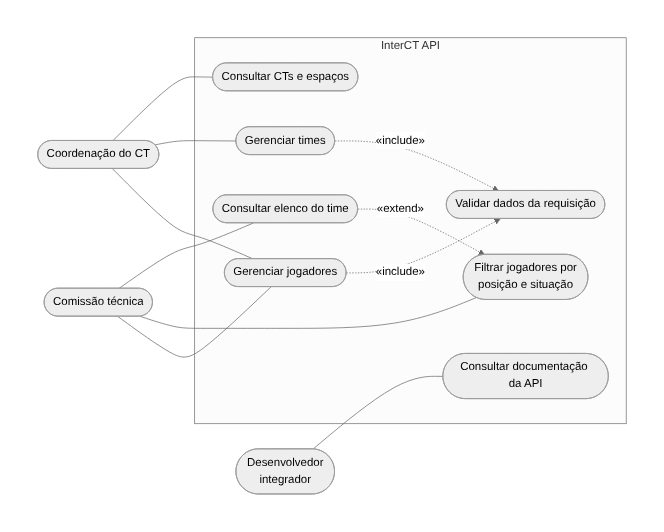
Before: docs/diagramas/03-casos-de-uso.png, a diagram exported from Mermaid (joanamespaque/ucpel-pi-iv-b). Its source is kept beside it as docs/diagramas/03-casos-de-uso.mmd.
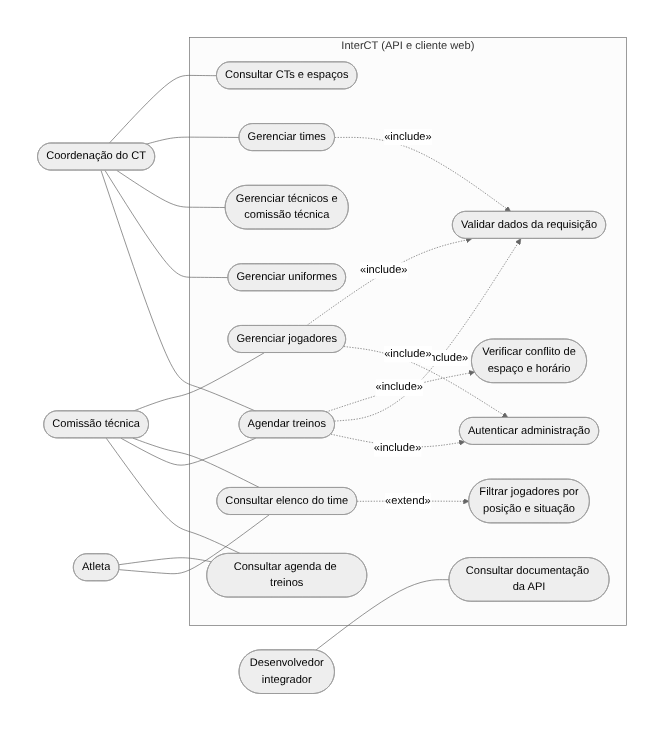
The same file after the commit.

Commit message:
docs(diagramas): atualiza arquitetura, implantação e casos de uso e inclui o cliente web

Change to the diagram source:
```diff
@@ -1,23 +1,39 @@
 flowchart LR
   G(["Coordenação do CT"])
   T(["Comissão técnica"])
+  A(["Atleta"])
   D(["Desenvolvedor<br/>integrador"])
-  subgraph SYS["InterCT API"]
+  subgraph SYS["InterCT (API e cliente web)"]
     UC1(["Consultar CTs e espaços"])
     UC2(["Gerenciar times"])
     UC3(["Gerenciar jogadores"])
     UC4(["Consultar elenco do time"])
     UC5(["Filtrar jogadores por<br/>posição e situação"])
+    UC8(["Gerenciar técnicos e<br/>comissão técnica"])
+    UC9(["Gerenciar uniformes"])
+    UC10(["Agendar treinos"])
+    UC11(["Consultar agenda de treinos"])
+    UC12(["Verificar conflito de<br/>espaço e horário"])
     UC6(["Validar dados da requisição"])
+    UC13(["Autenticar administração"])
     UC7(["Consultar documentação da API"])
   end
   G --- UC1
   G --- UC2
-  G --- UC3
+  G --- UC8
+  G --- UC9
+  G --- UC10
+  T --- UC3
   T --- UC4
-  T --- UC5
-  T --- UC3
+  T --- UC10
+  T --- UC11
+  A --- UC11
+  A --- UC4
   D --- UC7
+  UC4 -. "«extend»" .-> UC5
+  UC10 -. "«include»" .-> UC12
   UC2 -. "«include»" .-> UC6
   UC3 -. "«include»" .-> UC6
-  UC4 -. "«extend»" .-> UC5
+  UC10 -. "«include»" .-> UC6
+  UC3 -. "«include»" .-> UC13
+  UC10 -. "«include»" .-> UC13
```
